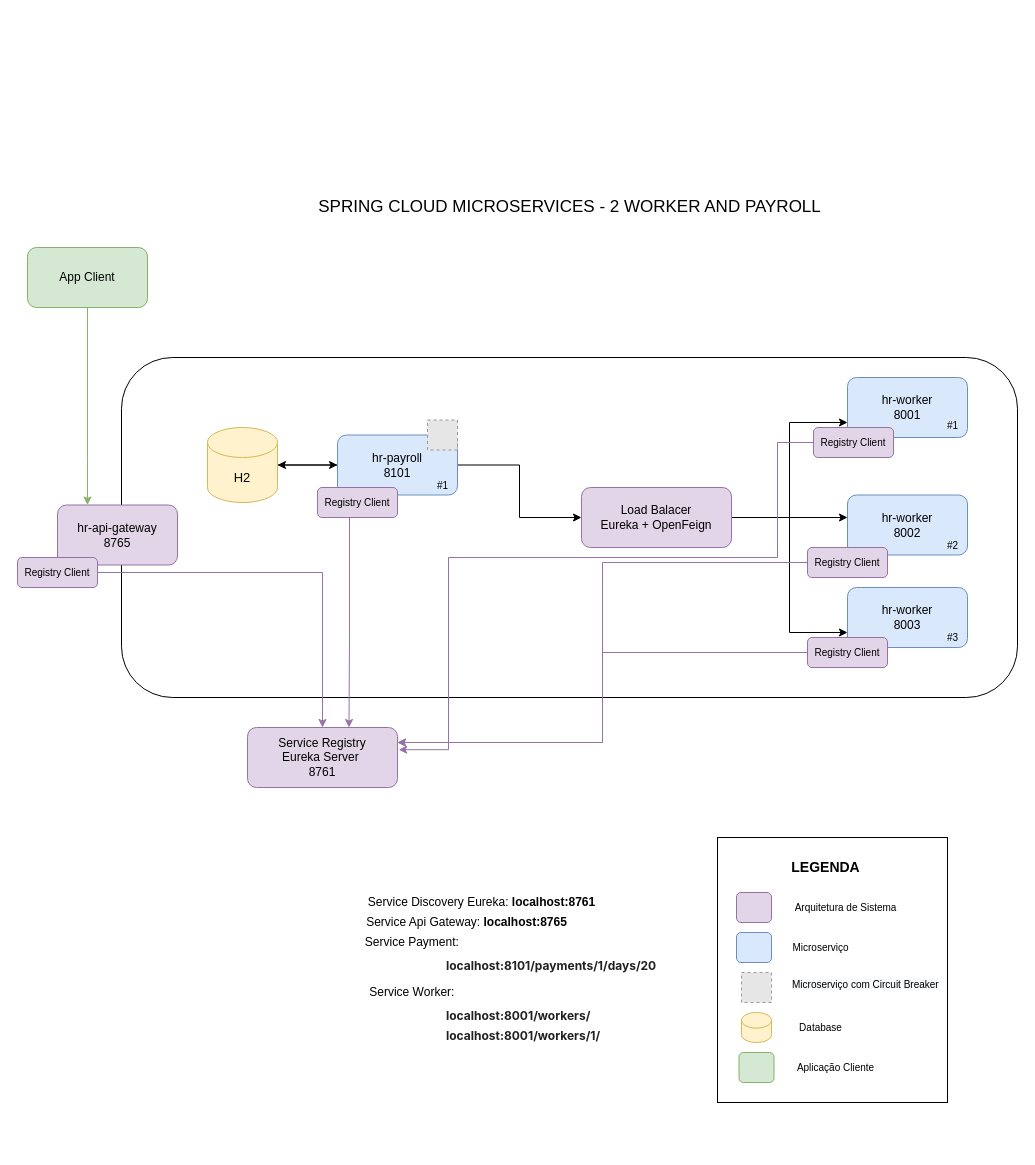
CarlosRobertoMedeiros/study-microservice-springcloud-2 keeps this draw.io diagram as Diagrama Microservico 2.drawio. Above is the earlier version. Source tidied: cells renumbered, new cells numbered last; positions are measured from the earlier drawing's top-left corner, leaving out a move shared by most shapes. Both pictures are drawn from the tidied source at 100%, with x=0, y=0 at pixel (17, 197). Pictures stored in the file or linked from it are replaced by grey dashed boxes.
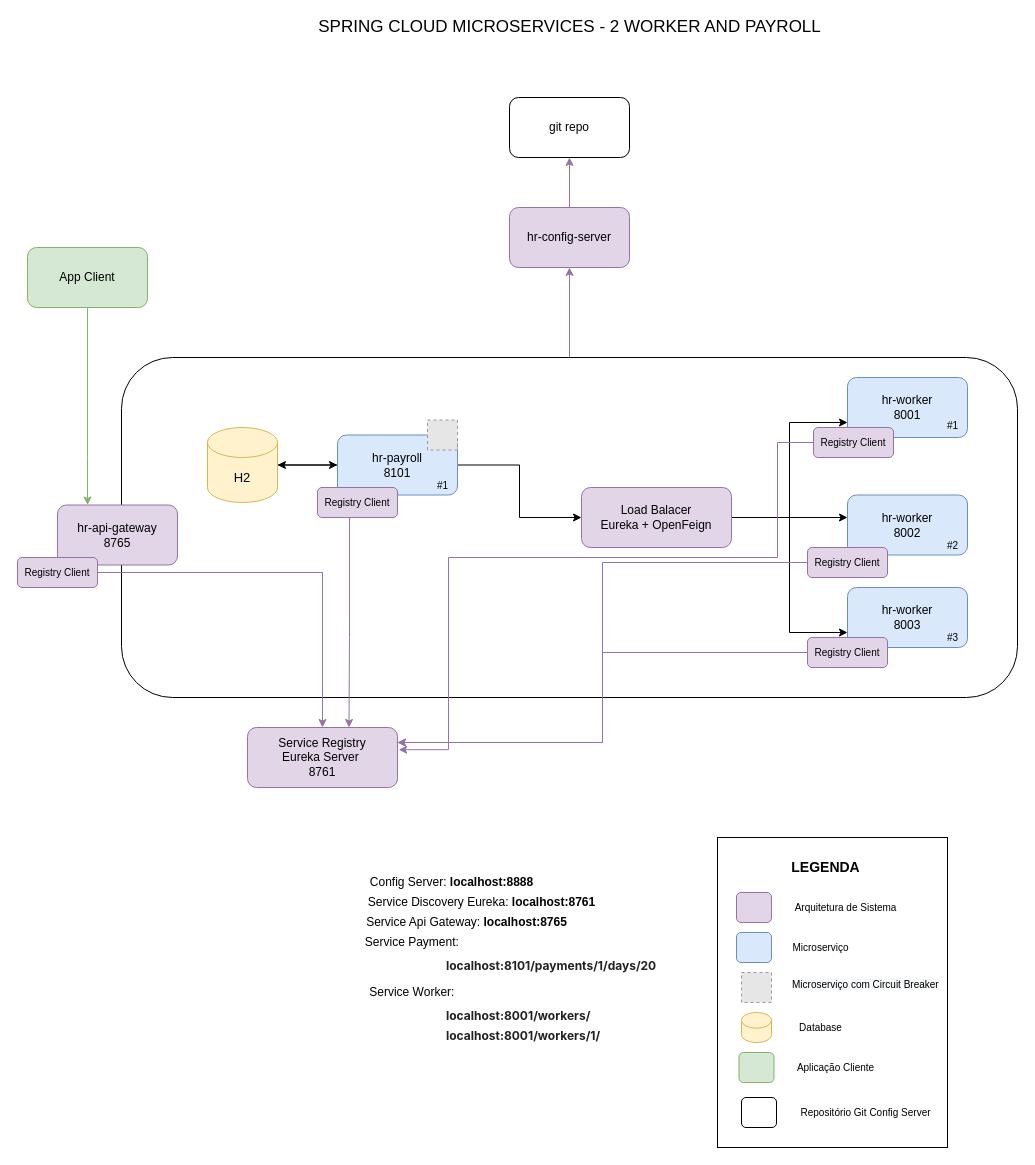
The same page after the edit.

The change refers to these unchanged cells:
```xml
<mxCell id="2" style="rounded=1;whiteSpace=wrap;html=1;fontSize=10;" parent="1" vertex="1">
  <mxGeometry x="104" y="160" width="896" height="340" as="geometry" />
</mxCell>
```

The edit, as a diff of the source:
```diff
@@
+    <mxCell id="55" style="edgeStyle=orthogonalEdgeStyle;rounded=0;jettySize=auto;html=1;entryX=0.5;entryY=1;entryDx=0;entryDy=0;fillColor=#e1d5e7;strokeColor=#9673a6;" parent="1" edge="1" source="2" target="57">
+      <mxGeometry relative="1" as="geometry" />
+    </mxCell>
@@
     <mxCell id="3" style="rounded=0;whiteSpace=wrap;html=1;" parent="1" vertex="1">
-      <mxGeometry x="700" y="640" width="230" height="265" as="geometry" />
+      <mxGeometry x="700" y="640" width="230" height="310" as="geometry" />
     </mxCell>
@@
     <mxCell id="8" value="&lt;font style=&quot;font-size: 17px&quot;&gt;SPRING CLOUD MICROSERVICES - 2 WORKER AND PAYROLL&lt;/font&gt;" style="text;html=1;align=center;verticalAlign=middle;strokeColor=none;fillColor=none;" parent="1" vertex="1">
-      <mxGeometry x="292" width="520" height="20" as="geometry" />
+      <mxGeometry x="292" y="-180" width="520" height="20" as="geometry" />
     </mxCell>
@@
+    <mxCell id="56" style="edgeStyle=orthogonalEdgeStyle;rounded=0;jettySize=auto;html=1;entryX=0.5;entryY=1;entryDx=0;entryDy=0;fillColor=#e1d5e7;strokeColor=#9673a6;" parent="1" edge="1" source="57" target="58">
+      <mxGeometry relative="1" as="geometry" />
+    </mxCell>
+    <mxCell id="57" value="hr-config-server" style="rounded=1;whiteSpace=wrap;html=1;fillColor=#e1d5e7;strokeColor=#9673a6;" parent="1" vertex="1">
+      <mxGeometry x="492" y="10" width="120" height="60" as="geometry" />
+    </mxCell>
+    <mxCell id="58" value="git repo" style="rounded=1;whiteSpace=wrap;html=1;" parent="1" vertex="1">
+      <mxGeometry x="492" y="-100" width="120" height="60" as="geometry" />
+    </mxCell>
+    <mxCell id="59" value="Config Server: &lt;b&gt;localhost:8888&lt;/b&gt;" style="text;html=1;align=center;verticalAlign=middle;strokeColor=none;fillColor=none;" parent="1" vertex="1">
+      <mxGeometry x="344" y="675" width="180" height="20" as="geometry" />
+    </mxCell>
+    <mxCell id="60" style="rounded=1;whiteSpace=wrap;html=1;fontSize=10;" parent="1" vertex="1">
+      <mxGeometry x="724" y="900" width="35" height="30" as="geometry" />
+    </mxCell>
+    <mxCell id="61" value="Repositório Git Config Server" style="text;html=1;align=center;verticalAlign=middle;strokeColor=none;fillColor=none;fontSize=10;" parent="1" vertex="1">
+      <mxGeometry x="773" y="905" width="150" height="20" as="geometry" />
+    </mxCell>
```
